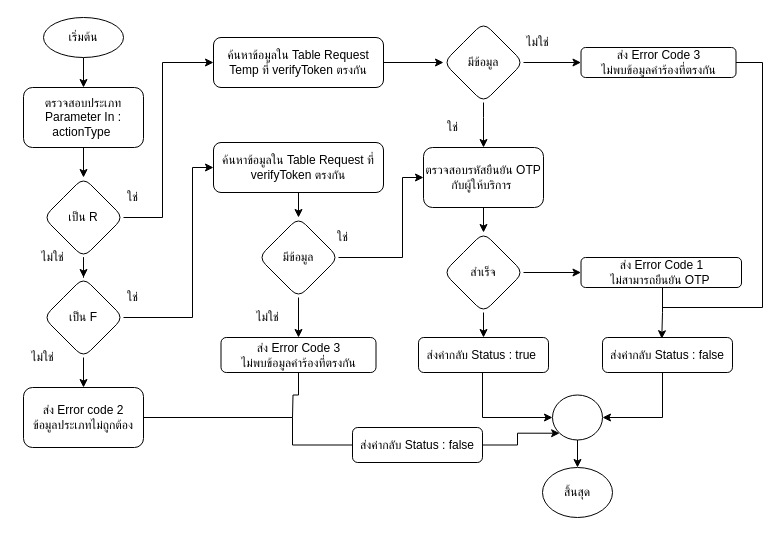
The draw.io diagram VerifyOTPByTel.drawio in charifrodmanee/charifrodmanee, before the edit. Source tidied: cells renumbered, new cells numbered last; positions are measured from the earlier drawing's top-left corner, leaving out a move shared by most shapes. Both pictures are drawn from the tidied source at 100%, with x=0, y=0 at pixel (17, 17).
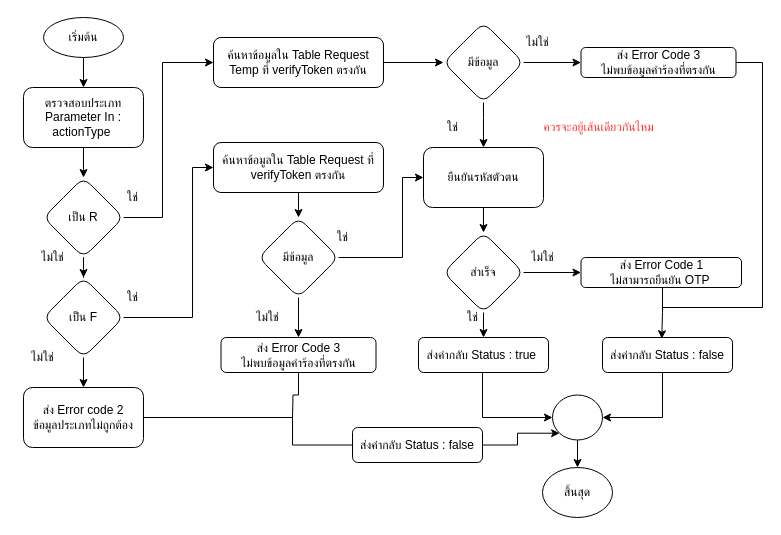
The same diagram, later.

What changed in the source:
```diff
@@
-    <mxCell id="26" value="ตรวจสอบรหัสยืนยัน OTP กับผู้ให้บริการ&amp;nbsp;" style="whiteSpace=wrap;html=1;rounded=1;" parent="1" vertex="1">
+    <mxCell id="26" value="ยืนยันรหัสตัวตน" style="whiteSpace=wrap;html=1;rounded=1;" parent="1" vertex="1">
       <mxGeometry x="406" y="130" width="120" height="60" as="geometry" />
     </mxCell>
@@
+    <mxCell id="52" value="ไม่ใช่" style="text;html=1;align=center;verticalAlign=middle;strokeColor=none;fillColor=none;" parent="1" vertex="1">
+      <mxGeometry x="500" y="225" width="50" height="30" as="geometry" />
+    </mxCell>
+    <mxCell id="53" value="ใช่" style="text;html=1;align=center;verticalAlign=middle;strokeColor=none;fillColor=none;" parent="1" vertex="1">
+      <mxGeometry x="435" y="285" width="40" height="30" as="geometry" />
+    </mxCell>
+    <mxCell id="54" value="&lt;font color=&quot;#ff3333&quot;&gt;ควรจะอยู้เส้นเดียวกันไหม&lt;/font&gt;" style="text;html=1;align=center;verticalAlign=middle;strokeColor=none;fillColor=none;" parent="1" vertex="1">
+      <mxGeometry x="506" y="95" width="150" height="30" as="geometry" />
+    </mxCell>
```
